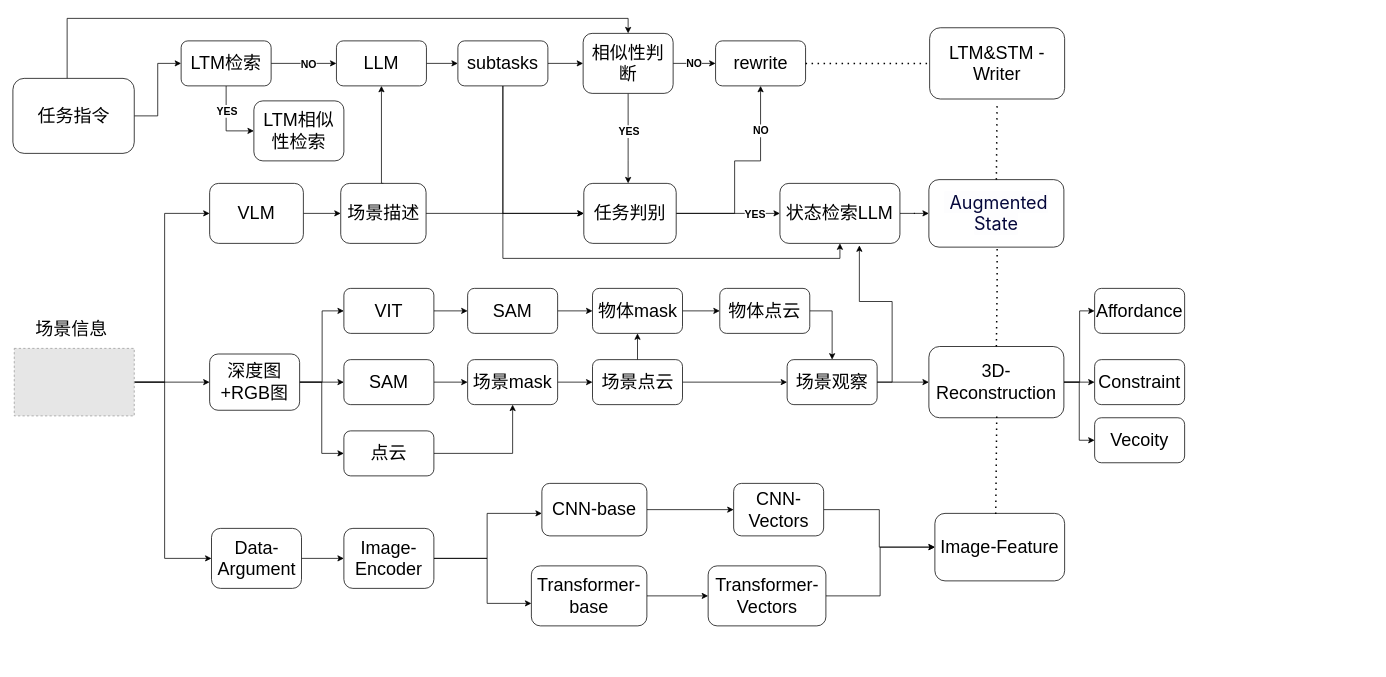
abigfreshman/abigfreshman keeps this draw.io diagram as 大论文1203框架.drawio. Above is the earlier version. Source tidied: cells renumbered, new cells numbered last; positions are measured from the earlier drawing's top-left corner, leaving out a move shared by most shapes. Both pictures are drawn from the tidied source at 75%, with x=0, y=0 at pixel (13, 18). Pictures stored in the file or linked from it are replaced by grey dashed boxes.
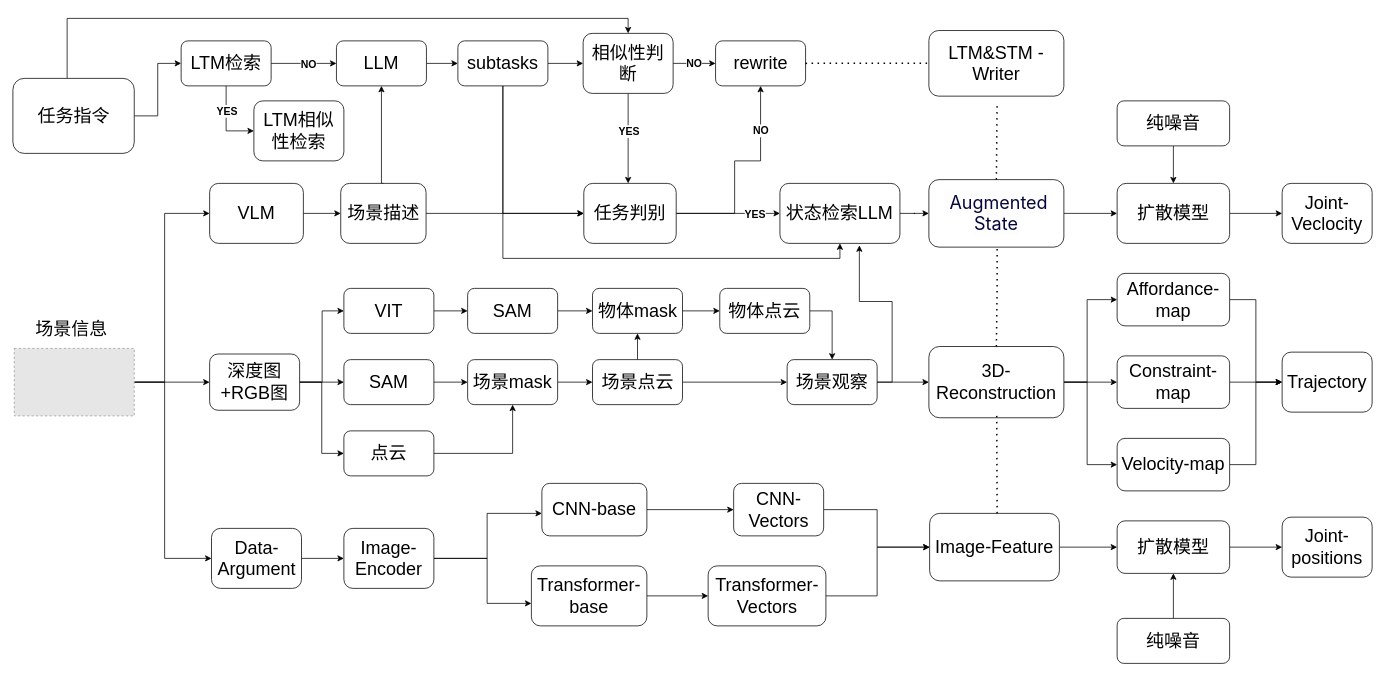
The same diagram, later.

Commit message:
Update 大论文1203框架.drawio

The change refers to these unchanged cells:
```xml
<mxCell id="57" value="&lt;font style=&quot;font-size: 24px;&quot;&gt;CNN-Vectors&lt;/font&gt;" style="whiteSpace=wrap;html=1;rounded=1;" parent="1" vertex="1">
  <mxGeometry x="960.7" y="620" width="120" height="70" as="geometry" />
</mxCell>
<mxCell id="59" value="&lt;font style=&quot;font-size: 24px;&quot;&gt;Transformer-Vectors&lt;/font&gt;" style="whiteSpace=wrap;html=1;rounded=1;" parent="1" vertex="1">
  <mxGeometry x="926.7" y="730" width="157" height="80" as="geometry" />
</mxCell>
<mxCell id="78" value="&lt;font style=&quot;font-size: 24px;&quot;&gt;&lt;span style=&quot;color: rgb(5, 7, 59); font-family: -apple-system, BlinkMacSystemFont, &amp;quot;Segoe UI&amp;quot;, Roboto, Ubuntu, &amp;quot;Helvetica Neue&amp;quot;, Helvetica, Arial, &amp;quot;PingFang SC&amp;quot;, &amp;quot;Hiragino Sans GB&amp;quot;, &amp;quot;Microsoft YaHei UI&amp;quot;, &amp;quot;Microsoft YaHei&amp;quot;, &amp;quot;Source Han Sans CN&amp;quot;, sans-serif, &amp;quot;Apple Color Emoji&amp;quot;, &amp;quot;Segoe UI Emoji&amp;quot;; text-align: left; background-color: rgb(253, 253, 254);&quot;&gt;&amp;nbsp;Augm&lt;/span&gt;&lt;span style=&quot;color: rgb(5, 7, 59); font-family: -apple-system, BlinkMacSystemFont, &amp;quot;Segoe UI&amp;quot;, Roboto, Ubuntu, &amp;quot;Helvetica Neue&amp;quot;, Helvetica, Arial, &amp;quot;PingFang SC&amp;quot;, &amp;quot;Hiragino Sans GB&amp;quot;, &amp;quot;Microsoft YaHei UI&amp;quot;, &amp;quot;Microsoft YaHei&amp;quot;, &amp;quot;Source Han Sans CN&amp;quot;, sans-serif, &amp;quot;Apple Color Emoji&amp;quot;, &amp;quot;Segoe UI Emoji&amp;quot;; text-align: left; background-color: rgb(253, 253, 254);&quot;&gt;ented State&lt;/span&gt;&lt;/font&gt;" style="whiteSpace=wrap;html=1;rounded=1;" parent="1" vertex="1">
  <mxGeometry x="1221" y="215" width="180" height="90" as="geometry" />
</mxCell>
<mxCell id="82" value="&lt;font style=&quot;font-size: 24px;&quot;&gt;3D- Reconstruction&lt;/font&gt;" style="whiteSpace=wrap;html=1;rounded=1;" parent="1" vertex="1">
  <mxGeometry x="1221" y="437.5" width="180" height="95" as="geometry" />
</mxCell>
```

The edit, as a diff of the source:
```diff
@@
     <mxCell id="56" style="edgeStyle=orthogonalEdgeStyle;rounded=0;jettySize=auto;html=1;exitX=1;exitY=0.5;exitDx=0;exitDy=0;" parent="1" edge="1" source="57" target="74">
-      <mxGeometry relative="1" as="geometry" />
+      <mxGeometry relative="1" as="geometry">
+        <Array as="points">
+          <mxPoint x="1152" y="655" />
+          <mxPoint x="1152" y="705" />
+        </Array>
+      </mxGeometry>
     </mxCell>
@@
     <mxCell id="58" style="edgeStyle=orthogonalEdgeStyle;rounded=0;jettySize=auto;html=1;entryX=0;entryY=0.5;entryDx=0;entryDy=0;" parent="1" edge="1" source="59" target="74">
       <mxGeometry relative="1" as="geometry">
         <Array as="points">
-          <mxPoint x="1156" y="770" />
-          <mxPoint x="1156" y="705" />
+          <mxPoint x="1152" y="770" />
+          <mxPoint x="1152" y="705" />
         </Array>
       </mxGeometry>
     </mxCell>
@@
+    <mxCell id="92" style="edgeStyle=orthogonalEdgeStyle;rounded=0;jettySize=auto;html=1;" parent="1" edge="1" source="74" target="104">
+      <mxGeometry relative="1" as="geometry" />
+    </mxCell>
     <mxCell id="74" value="&lt;font style=&quot;font-size: 24px;&quot;&gt;Image-Feature&lt;/font&gt;" style="rounded=1;whiteSpace=wrap;html=1;" parent="1" vertex="1">
-      <mxGeometry x="1229" y="660" width="173" height="90" as="geometry" />
+      <mxGeometry x="1222" y="660" width="173" height="90" as="geometry" />
     </mxCell>
@@
+    <mxCell id="93" style="edgeStyle=orthogonalEdgeStyle;rounded=0;jettySize=auto;html=1;" parent="1" edge="1" source="78" target="99">
+      <mxGeometry relative="1" as="geometry" />
+    </mxCell>
@@
     <mxCell id="79" style="edgeStyle=orthogonalEdgeStyle;rounded=0;jettySize=auto;html=1;" parent="1" edge="1" source="82" target="89">
       <mxGeometry relative="1" as="geometry">
         <Array as="points">
-          <mxPoint x="1422" y="485" />
+          <mxPoint x="1432" y="485" />
+          <mxPoint x="1432" y="375" />
         </Array>
       </mxGeometry>
     </mxCell>
+    <mxCell id="81" style="edgeStyle=orthogonalEdgeStyle;rounded=0;jettySize=auto;html=1;" parent="1" edge="1" source="82" target="91">
+      <mxGeometry relative="1" as="geometry" />
+    </mxCell>
-    <mxCell id="80" style="edgeStyle=orthogonalEdgeStyle;rounded=0;jettySize=auto;html=1;" parent="1" edge="1" source="82" target="90">
-      <mxGeometry relative="1" as="geometry" />
+    <mxCell id="80" style="edgeStyle=orthogonalEdgeStyle;rounded=0;jettySize=auto;html=1;exitX=1;exitY=0.5;exitDx=0;exitDy=0;entryX=0;entryY=0.5;entryDx=0;entryDy=0;" parent="1" edge="1" source="82" target="90">
+      <mxGeometry relative="1" as="geometry">
+        <Array as="points">
+          <mxPoint x="1432" y="485" />
+          <mxPoint x="1432" y="595" />
+        </Array>
+      </mxGeometry>
     </mxCell>
-    <mxCell id="81" style="edgeStyle=orthogonalEdgeStyle;rounded=0;jettySize=auto;html=1;" parent="1" edge="1" source="82" target="91">
-      <mxGeometry relative="1" as="geometry" />
-    </mxCell>
@@
     <mxCell id="83" value="&lt;font style=&quot;font-size: 24px;&quot;&gt;LTM&amp;amp;STM - Writer&lt;/font&gt;" style="whiteSpace=wrap;html=1;rounded=1;" parent="1" vertex="1">
-      <mxGeometry x="1222" y="12.5" width="180" height="95" as="geometry" />
+      <mxGeometry x="1221" y="16.2" width="180" height="87.5" as="geometry" />
     </mxCell>
@@
-    <mxCell id="87" style="endArrow=none;dashed=1;html=1;dashPattern=1 3;strokeWidth=2;rounded=0;exitX=0.469;exitY=0.009;exitDx=0;exitDy=0;exitPerimeter=0;" parent="1" edge="1" source="74">
+    <mxCell id="87" style="endArrow=none;dashed=1;html=1;dashPattern=1 3;strokeWidth=2;rounded=0;" parent="1" edge="1">
       <mxGeometry relative="1" as="geometry">
+        <mxPoint x="1312" y="660" as="sourcePoint" />
         <mxPoint x="1311.5" y="528.5" as="targetPoint" />
       </mxGeometry>
     </mxCell>
@@
+    <mxCell id="94" style="edgeStyle=orthogonalEdgeStyle;rounded=0;jettySize=auto;html=1;entryX=0;entryY=0.5;entryDx=0;entryDy=0;" parent="1" edge="1" source="89" target="97">
+      <mxGeometry relative="1" as="geometry" />
+    </mxCell>
-    <mxCell id="89" value="&lt;font style=&quot;font-size: 24px;&quot;&gt;Affordance&lt;/font&gt;" style="whiteSpace=wrap;html=1;rounded=1;" parent="1" vertex="1">
-      <mxGeometry x="1442" y="360" width="120" height="60" as="geometry" />
+    <mxCell id="89" value="&lt;font style=&quot;font-size: 24px;&quot;&gt;Affordance-map&lt;/font&gt;" style="whiteSpace=wrap;html=1;rounded=1;" parent="1" vertex="1">
+      <mxGeometry x="1472" y="340" width="150" height="70" as="geometry" />
     </mxCell>
+    <mxCell id="95" style="edgeStyle=orthogonalEdgeStyle;rounded=0;jettySize=auto;html=1;exitX=1;exitY=0.5;exitDx=0;exitDy=0;entryX=0;entryY=0.5;entryDx=0;entryDy=0;" parent="1" edge="1" source="90" target="97">
+      <mxGeometry relative="1" as="geometry" />
+    </mxCell>
-    <mxCell id="90" value="&lt;span style=&quot;font-size: 24px;&quot;&gt;Vecoity&lt;/span&gt;" style="whiteSpace=wrap;html=1;rounded=1;" parent="1" vertex="1">
-      <mxGeometry x="1442" y="532.5" width="120" height="60" as="geometry" />
+    <mxCell id="90" value="&lt;span style=&quot;font-size: 24px;&quot;&gt;Velocity-map&lt;/span&gt;" style="whiteSpace=wrap;html=1;rounded=1;" parent="1" vertex="1">
+      <mxGeometry x="1472" y="560" width="150" height="70" as="geometry" />
     </mxCell>
+    <mxCell id="96" style="edgeStyle=orthogonalEdgeStyle;rounded=0;jettySize=auto;html=1;" parent="1" edge="1" source="91" target="97">
+      <mxGeometry relative="1" as="geometry" />
+    </mxCell>
-    <mxCell id="91" value="&lt;span style=&quot;font-size: 24px;&quot;&gt;Constraint&lt;/span&gt;" style="whiteSpace=wrap;html=1;rounded=1;" parent="1" vertex="1">
-      <mxGeometry x="1442" y="455" width="120" height="60" as="geometry" />
+    <mxCell id="91" value="&lt;span style=&quot;font-size: 24px;&quot;&gt;Constraint-map&lt;/span&gt;" style="whiteSpace=wrap;html=1;rounded=1;" parent="1" vertex="1">
+      <mxGeometry x="1472" y="450" width="150" height="70" as="geometry" />
     </mxCell>
+    <mxCell id="97" value="&lt;font style=&quot;font-size: 24px;&quot;&gt;Trajectory&lt;/font&gt;" style="whiteSpace=wrap;html=1;rounded=1;" parent="1" vertex="1">
+      <mxGeometry x="1692" y="445" width="120" height="80" as="geometry" />
+    </mxCell>
+    <mxCell id="98" style="edgeStyle=orthogonalEdgeStyle;rounded=0;jettySize=auto;html=1;" parent="1" edge="1" source="99" target="102">
+      <mxGeometry relative="1" as="geometry" />
+    </mxCell>
+    <mxCell id="99" value="&lt;font style=&quot;font-size: 24px;&quot;&gt;扩散模型&lt;/font&gt;" style="whiteSpace=wrap;html=1;rounded=1;" parent="1" vertex="1">
+      <mxGeometry x="1472" y="220" width="150" height="80" as="geometry" />
+    </mxCell>
+    <mxCell id="100" style="edgeStyle=orthogonalEdgeStyle;rounded=0;jettySize=auto;html=1;" parent="1" edge="1" source="101" target="99">
+      <mxGeometry relative="1" as="geometry" />
+    </mxCell>
+    <mxCell id="101" value="&lt;font style=&quot;font-size: 24px;&quot;&gt;纯噪音&lt;/font&gt;" style="rounded=1;whiteSpace=wrap;html=1;" parent="1" vertex="1">
+      <mxGeometry x="1472" y="110" width="150" height="60" as="geometry" />
+    </mxCell>
+    <mxCell id="102" value="&lt;span style=&quot;font-size: 24px;&quot;&gt;Joint-Veclocity&lt;/span&gt;" style="whiteSpace=wrap;html=1;rounded=1;" parent="1" vertex="1">
+      <mxGeometry x="1692" y="220" width="120" height="80" as="geometry" />
+    </mxCell>
+    <mxCell id="103" style="edgeStyle=orthogonalEdgeStyle;rounded=0;jettySize=auto;html=1;" parent="1" edge="1" source="104" target="107">
+      <mxGeometry relative="1" as="geometry" />
+    </mxCell>
+    <mxCell id="104" value="&lt;font style=&quot;font-size: 24px;&quot;&gt;扩散模型&lt;/font&gt;" style="whiteSpace=wrap;html=1;rounded=1;" parent="1" vertex="1">
+      <mxGeometry x="1472" y="670" width="150" height="70" as="geometry" />
+    </mxCell>
+    <mxCell id="105" style="edgeStyle=orthogonalEdgeStyle;rounded=0;jettySize=auto;html=1;exitX=0.5;exitY=0;exitDx=0;exitDy=0;entryX=0.5;entryY=1;entryDx=0;entryDy=0;" parent="1" edge="1" source="106" target="104">
+      <mxGeometry relative="1" as="geometry" />
+    </mxCell>
+    <mxCell id="106" value="&lt;span style=&quot;font-size: 24px;&quot;&gt;纯噪音&lt;/span&gt;" style="rounded=1;whiteSpace=wrap;html=1;" parent="1" vertex="1">
+      <mxGeometry x="1472" y="800" width="150" height="60" as="geometry" />
+    </mxCell>
+    <mxCell id="107" value="&lt;font style=&quot;font-size: 24px;&quot;&gt;Joint-positions&lt;/font&gt;" style="whiteSpace=wrap;html=1;rounded=1;" parent="1" vertex="1">
+      <mxGeometry x="1692" y="665" width="120" height="80" as="geometry" />
+    </mxCell>
```
